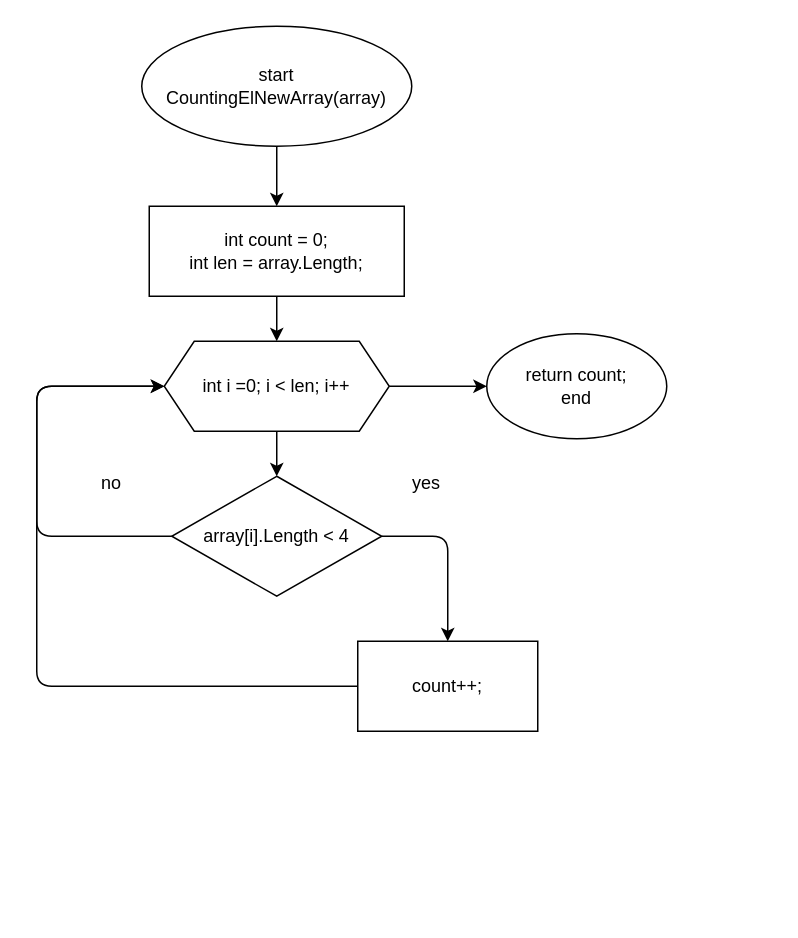
Above: page "Страница 2" (2 of 4) of finalVerificationWork/finalVerificationWork.dio in AleksandrKrivoruchko/homework (draw.io), before the change. Source tidied: cells renumbered, new cells numbered last; positions are measured from the earlier drawing's top-left corner, leaving out a move shared by most shapes. Both pictures are drawn from the tidied source at 150%, with x=0, y=0 at pixel (36, 26).
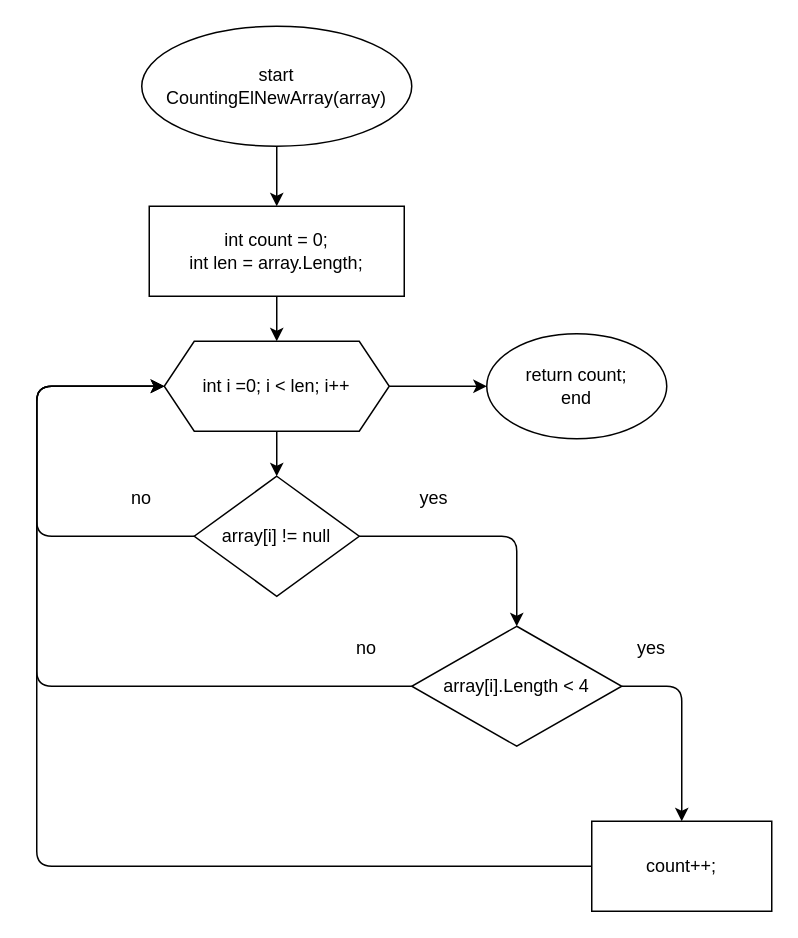
Above is the later version.

Unchanged cells that the change refers to:
```xml
<mxCell id="8" value="int i =0; i &amp;lt; len; i++" style="shape=hexagon;perimeter=hexagonPerimeter2;whiteSpace=wrap;html=1;fixedSize=1;" parent="1" vertex="1">
  <mxGeometry x="85" y="210" width="150" height="60" as="geometry" />
</mxCell>
```

Diff of the diagram source:
```diff
@@
-    <mxCell id="6" style="edgeStyle=none;html=1;entryX=0.5;entryY=0;entryDx=0;entryDy=0;" parent="1" edge="1" source="8" target="13">
-      <mxGeometry relative="1" as="geometry" />
-    </mxCell>
@@
+    <mxCell id="17" style="edgeStyle=none;html=1;entryX=0.5;entryY=0;entryDx=0;entryDy=0;" parent="1" edge="1" source="8" target="20">
+      <mxGeometry relative="1" as="geometry" />
+    </mxCell>
@@
-    <mxCell id="9" style="edgeStyle=none;html=1;entryX=0;entryY=0.5;entryDx=0;entryDy=0;" parent="1" edge="1" source="10" target="8">
+    <mxCell id="9" style="edgeStyle=none;html=1;entryX=0;entryY=0.5;entryDx=0;entryDy=0;exitX=0;exitY=0.5;exitDx=0;exitDy=0;" parent="1" edge="1" source="10" target="8">
       <mxGeometry relative="1" as="geometry">
         <Array as="points">
+          <mxPoint y="560" />
           <mxPoint y="440" />
           <mxPoint y="240" />
         </Array>
       </mxGeometry>
     </mxCell>
     <mxCell id="10" value="count++;" style="rounded=0;whiteSpace=wrap;html=1;" parent="1" vertex="1">
-      <mxGeometry x="214" y="410" width="120" height="60" as="geometry" />
+      <mxGeometry x="370" y="530" width="120" height="60" as="geometry" />
     </mxCell>
     <mxCell id="11" style="edgeStyle=none;html=1;entryX=0.5;entryY=0;entryDx=0;entryDy=0;exitX=1;exitY=0.5;exitDx=0;exitDy=0;" parent="1" edge="1" source="13" target="10">
       <mxGeometry relative="1" as="geometry">
         <Array as="points">
-          <mxPoint x="274" y="340" />
+          <mxPoint x="430" y="440" />
         </Array>
       </mxGeometry>
     </mxCell>
-    <mxCell id="12" style="edgeStyle=none;html=1;entryX=0;entryY=0.5;entryDx=0;entryDy=0;" parent="1" edge="1" source="13" target="8">
+    <mxCell id="12" style="edgeStyle=none;html=1;entryX=0;entryY=0.5;entryDx=0;entryDy=0;exitX=0;exitY=0.5;exitDx=0;exitDy=0;" parent="1" edge="1" source="13" target="8">
       <mxGeometry relative="1" as="geometry">
         <Array as="points">
+          <mxPoint y="440" />
           <mxPoint y="340" />
           <mxPoint y="240" />
         </Array>
       </mxGeometry>
     </mxCell>
     <mxCell id="13" value="array[i].Length &amp;lt; 4" style="rhombus;whiteSpace=wrap;html=1;" parent="1" vertex="1">
-      <mxGeometry x="90" y="300" width="140" height="80" as="geometry" />
+      <mxGeometry x="250" y="400" width="140" height="80" as="geometry" />
     </mxCell>
     <mxCell id="14" value="yes" style="text;html=1;strokeColor=none;fillColor=none;align=center;verticalAlign=middle;whiteSpace=wrap;rounded=0;" parent="1" vertex="1">
-      <mxGeometry x="230" y="290" width="60" height="30" as="geometry" />
+      <mxGeometry x="380" y="400" width="60" height="30" as="geometry" />
     </mxCell>
     <mxCell id="15" value="no" style="text;html=1;strokeColor=none;fillColor=none;align=center;verticalAlign=middle;whiteSpace=wrap;rounded=0;" parent="1" vertex="1">
-      <mxGeometry x="20" y="290" width="60" height="30" as="geometry" />
+      <mxGeometry x="190" y="400" width="60" height="30" as="geometry" />
     </mxCell>
@@
+    <mxCell id="18" style="edgeStyle=none;html=1;exitX=1;exitY=0.5;exitDx=0;exitDy=0;entryX=0.5;entryY=0;entryDx=0;entryDy=0;" parent="1" edge="1" source="20" target="13">
+      <mxGeometry relative="1" as="geometry">
+        <Array as="points">
+          <mxPoint x="320" y="340" />
+        </Array>
+      </mxGeometry>
+    </mxCell>
+    <mxCell id="19" style="edgeStyle=none;html=1;entryX=0;entryY=0.5;entryDx=0;entryDy=0;exitX=0;exitY=0.5;exitDx=0;exitDy=0;" parent="1" edge="1" source="20" target="8">
+      <mxGeometry relative="1" as="geometry">
+        <Array as="points">
+          <mxPoint y="340" />
+          <mxPoint y="240" />
+        </Array>
+      </mxGeometry>
+    </mxCell>
+    <mxCell id="20" value="array[i] != null" style="rhombus;whiteSpace=wrap;html=1;" parent="1" vertex="1">
+      <mxGeometry x="105" y="300" width="110" height="80" as="geometry" />
+    </mxCell>
+    <mxCell id="21" value="yes" style="text;html=1;strokeColor=none;fillColor=none;align=center;verticalAlign=middle;whiteSpace=wrap;rounded=0;" parent="1" vertex="1">
+      <mxGeometry x="235" y="300" width="60" height="30" as="geometry" />
+    </mxCell>
+    <mxCell id="22" value="no" style="text;html=1;strokeColor=none;fillColor=none;align=center;verticalAlign=middle;whiteSpace=wrap;rounded=0;" parent="1" vertex="1">
+      <mxGeometry x="40" y="300" width="60" height="30" as="geometry" />
+    </mxCell>
```
